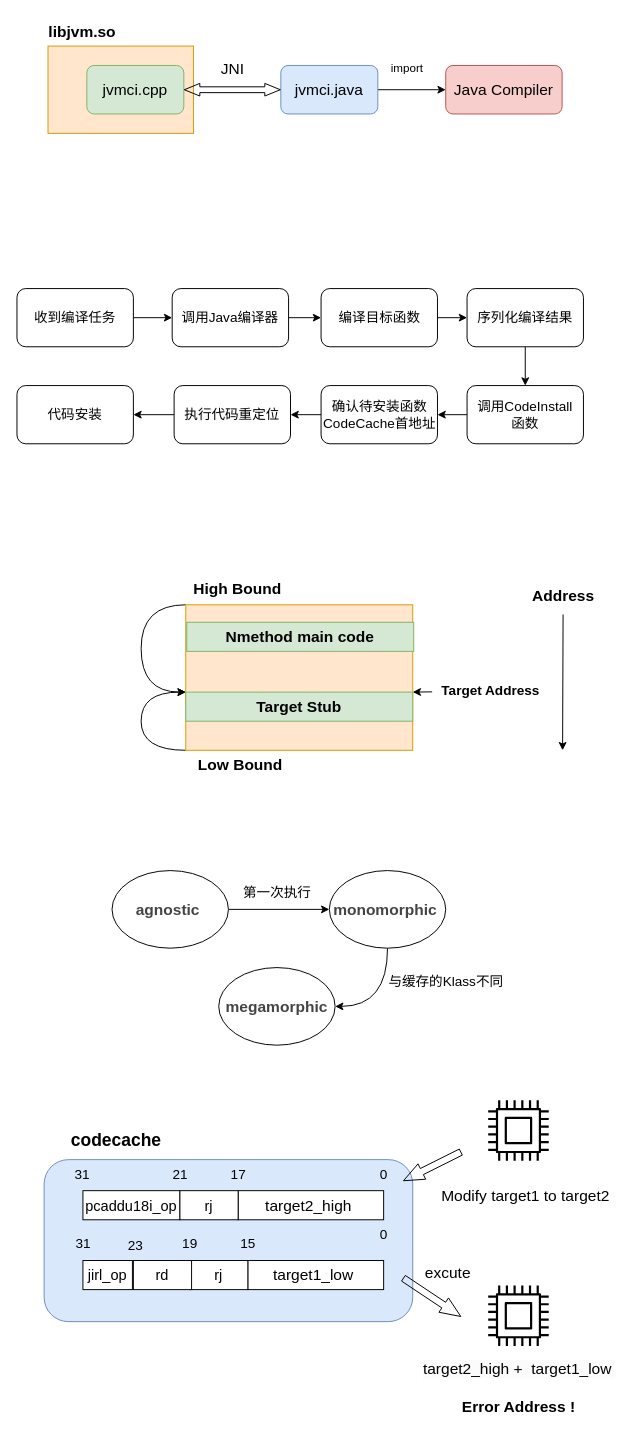
Before: JVMCI.drawio in f123888/Draw.IO, a draw.io diagram. Source tidied: cells renumbered, new cells numbered last; positions are measured from the earlier drawing's top-left corner, leaving out a move shared by most shapes. Both pictures are drawn from the tidied source at 97%, with x=0, y=0 at pixel (16, 16).
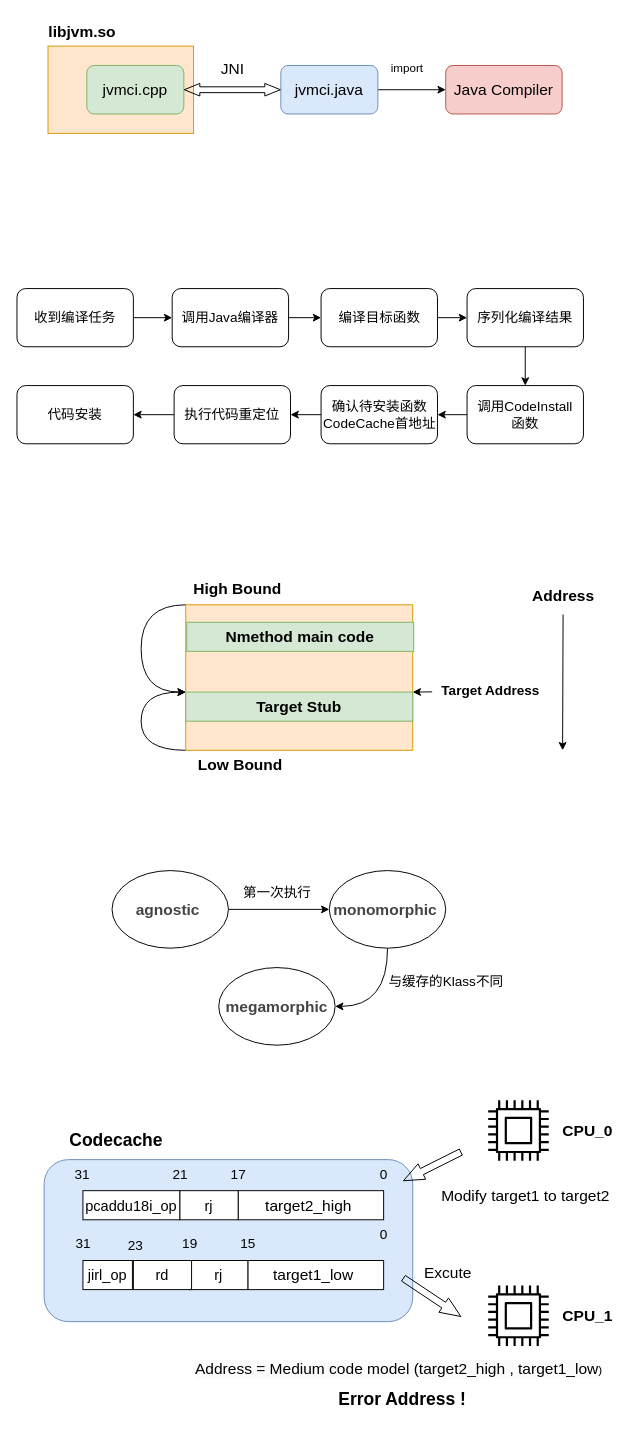
The same diagram, later.

The edit, as a diff of the source:
```diff
@@
-    <mxCell id="60" value="&lt;font style=&quot;font-size: 18px;&quot;&gt;&lt;b&gt;codecache&lt;/b&gt;&lt;/font&gt;" style="text;html=1;align=center;verticalAlign=middle;strokeColor=none;fillColor=none;" parent="1" vertex="1">
+    <mxCell id="60" value="&lt;font style=&quot;font-size: 18px;&quot;&gt;&lt;b&gt;Codecache&lt;/b&gt;&lt;/font&gt;" style="text;html=1;align=center;verticalAlign=middle;strokeColor=none;fillColor=none;" parent="1" vertex="1">
       <mxGeometry x="42" y="1138" width="120" height="40" as="geometry" />
     </mxCell>
-    <mxCell id="61" value="&lt;font style=&quot;font-size: 16px;&quot;&gt;excute&lt;/font&gt;" style="text;html=1;align=center;verticalAlign=middle;strokeColor=none;fillColor=none;" parent="1" vertex="1">
+    <mxCell id="61" value="&lt;font style=&quot;font-size: 16px;&quot;&gt;Excute&lt;/font&gt;" style="text;html=1;align=center;verticalAlign=middle;strokeColor=none;fillColor=none;" parent="1" vertex="1">
       <mxGeometry x="409" y="1280" width="70" height="30" as="geometry" />
     </mxCell>
@@
-    <mxCell id="68" value="&lt;font style=&quot;font-size: 16px;&quot;&gt;&lt;b&gt;Error Address !&lt;/b&gt;&lt;/font&gt;" style="text;html=1;align=center;verticalAlign=middle;strokeColor=none;fillColor=none;" parent="1" vertex="1">
-      <mxGeometry x="447" y="1418" width="140" height="30" as="geometry" />
+    <mxCell id="68" value="&lt;font style=&quot;font-size: 18px;&quot;&gt;&lt;b style=&quot;&quot;&gt;Error Address !&lt;/b&gt;&lt;/font&gt;" style="text;html=1;align=center;verticalAlign=middle;strokeColor=none;fillColor=none;" parent="1" vertex="1">
+      <mxGeometry x="322" y="1405" width="150" height="40" as="geometry" />
     </mxCell>
-    <mxCell id="69" value="&lt;pre style=&quot;forced-color-adjust: none; color: rgb(0, 0, 0); font-style: normal; font-variant-ligatures: normal; font-variant-caps: normal; font-weight: 400; letter-spacing: normal; orphans: 2; text-indent: 0px; text-transform: none; widows: 2; word-spacing: 0px; -webkit-text-stroke-width: 0px; background-color: rgb(251, 251, 251); text-decoration-thickness: initial; text-decoration-style: initial; text-decoration-color: initial; font-family: var(--ds-font-family-code); overflow: auto; padding: calc(var(--ds-md-zoom)*8px)calc(var(--ds-md-zoom)*12px); text-wrap-mode: wrap; word-break: break-all; text-align: left; margin-top: 0px !important; margin-bottom: 0px !important;&quot;&gt;&lt;font style=&quot;font-size: 16px; forced-color-adjust: none; color: rgb(0, 0, 0);&quot;&gt;target2_high +  &lt;/font&gt;&lt;font style=&quot;font-size: 16px;&quot;&gt;target1_low &lt;/font&gt;&lt;/pre&gt;" style="text;whiteSpace=wrap;html=1;" parent="1" vertex="1">
-      <mxGeometry x="417" y="1378" width="200" height="40" as="geometry" />
+    <mxCell id="69" value="&lt;pre style=&quot;forced-color-adjust: none; color: rgb(0, 0, 0); font-style: normal; font-variant-ligatures: normal; font-variant-caps: normal; font-weight: 400; letter-spacing: normal; orphans: 2; text-indent: 0px; text-transform: none; widows: 2; word-spacing: 0px; -webkit-text-stroke-width: 0px; background-color: rgb(251, 251, 251); text-decoration-thickness: initial; text-decoration-style: initial; text-decoration-color: initial; font-family: var(--ds-font-family-code); overflow: auto; padding: calc(var(--ds-md-zoom)*8px)calc(var(--ds-md-zoom)*12px); text-wrap-mode: wrap; word-break: break-all; text-align: left; margin-top: 0px !important; margin-bottom: 0px !important;&quot;&gt;&lt;font style=&quot;font-size: 16px; forced-color-adjust: none; color: rgb(0, 0, 0);&quot;&gt;Address = Medium code model (&lt;/font&gt;&lt;font style=&quot;color: rgb(0, 0, 0); font-family: var(--ds-font-family-code); white-space-collapse: collapse; font-size: 16px;&quot;&gt;target2_high ,&amp;nbsp;&lt;/font&gt;&lt;font style=&quot;color: light-dark(rgb(0, 0, 0), rgb(237, 237, 237)); font-family: var(--ds-font-family-code); white-space-collapse: collapse; font-size: 16px;&quot;&gt;target1_low&lt;/font&gt;)&lt;/pre&gt;" style="text;whiteSpace=wrap;html=1;" parent="1" vertex="1">
+      <mxGeometry x="182" y="1378" width="430" height="40" as="geometry" />
     </mxCell>
+    <mxCell id="70" value="&lt;font style=&quot;font-size: 16px;&quot;&gt;&lt;b&gt;CPU_0&lt;/b&gt;&lt;/font&gt;" style="text;html=1;align=center;verticalAlign=middle;strokeColor=none;fillColor=none;" parent="1" vertex="1">
+      <mxGeometry x="548" y="1133" width="80" height="30" as="geometry" />
+    </mxCell>
+    <mxCell id="71" value="&lt;font style=&quot;font-size: 16px;&quot;&gt;&lt;b&gt;CPU_1&lt;/b&gt;&lt;/font&gt;" style="text;html=1;align=center;verticalAlign=middle;strokeColor=none;fillColor=none;" parent="1" vertex="1">
+      <mxGeometry x="548" y="1324" width="80" height="30" as="geometry" />
+    </mxCell>
```
